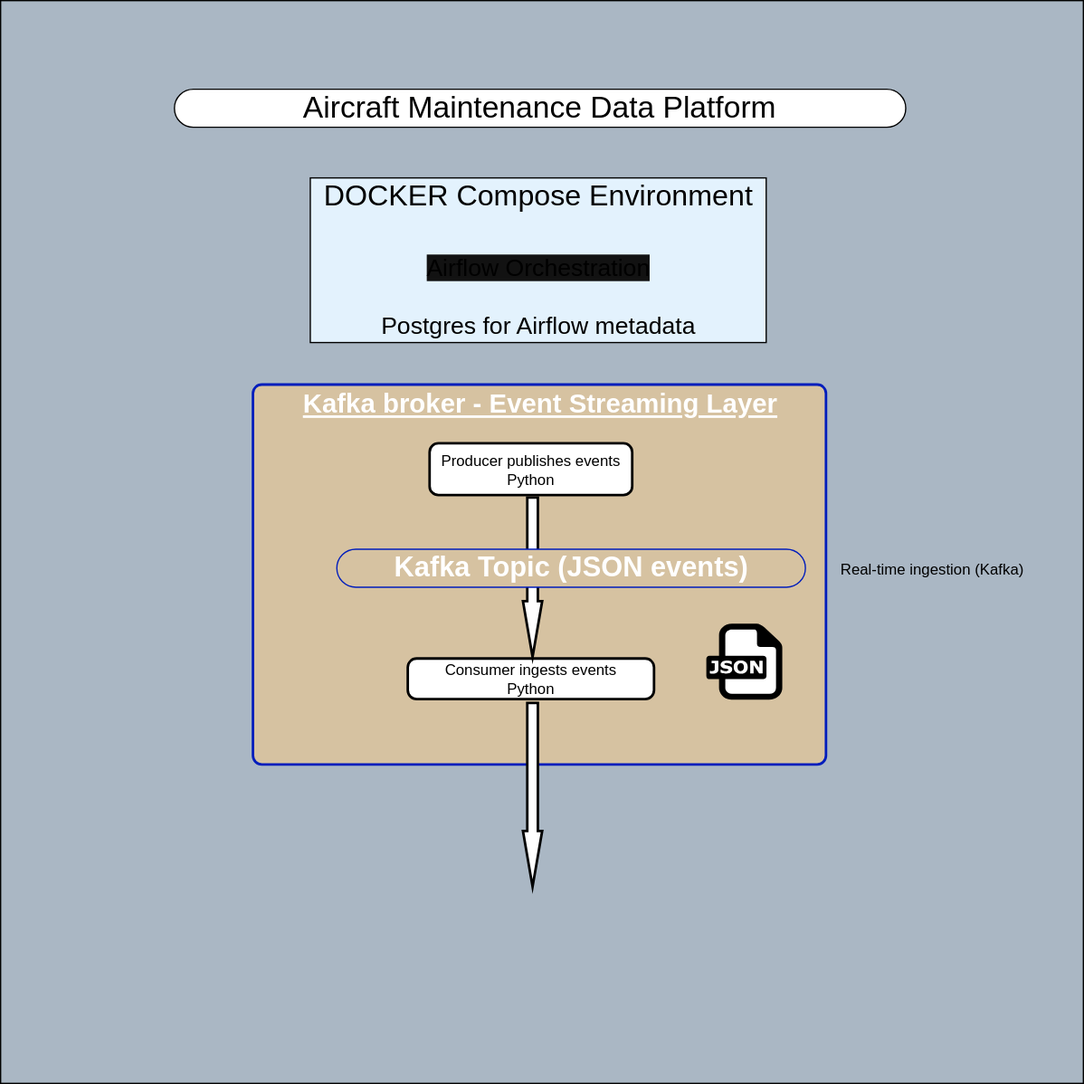
This is docs/images/architecture/aircraft_pipeline_architecture_page1.svg from sinclair00/airflow-kafka-aircraft-pipeline, a draw.io export, as it was before one commit. Source tidied: cells renumbered, new cells last; positions are measured from the earlier drawing's top-left corner, leaving out a move shared by most shapes. The source it was exported from:
```xml
<mxGraphModel>
  <root>
    <mxCell id="0" />
    <mxCell id="1" parent="0" />
    <mxCell id="2" style="whiteSpace=wrap;html=1;fillStyle=solid;fillColor=#AAB7C4;" parent="1" vertex="1">
      <mxGeometry width="855" height="855" as="geometry" />
    </mxCell>
    <mxCell id="3" value="&lt;div style=&quot;line-height: 130%;&quot;&gt;&lt;font style=&quot;font-size: 21px;&quot;&gt;&lt;b style=&quot;&quot;&gt;&lt;u style=&quot;&quot;&gt;Kafka broker - Event Streaming Layer&lt;/u&gt;&lt;/b&gt;&lt;/font&gt;&lt;/div&gt;" style="rounded=1;whiteSpace=wrap;html=1;absoluteArcSize=1;arcSize=14;strokeWidth=2;align=center;fillColor=light-dark(#D6C2A1,#D6C2A1);fontColor=#ffffff;strokeColor=light-dark(#001DBC,#B0BEC5);verticalAlign=top;" parent="1" vertex="1">
      <mxGeometry x="199.8" y="303.7" width="452.5" height="300" as="geometry" />
    </mxCell>
    <mxCell id="4" style="dashed=0;html=1;align=center;labelPosition=center;verticalLabelPosition=bottom;verticalAlign=top;shape=mxgraph.weblogos.json;" parent="1" vertex="1">
      <mxGeometry x="557.2" y="492" width="60" height="60" as="geometry" />
    </mxCell>
    <mxCell id="5" value="Producer publishes events&lt;div&gt;Python&lt;/div&gt;" style="rounded=1;whiteSpace=wrap;html=1;absoluteArcSize=1;arcSize=14;strokeWidth=2;" parent="1" vertex="1">
      <mxGeometry x="339.2" y="350" width="160" height="41" as="geometry" />
    </mxCell>
    <mxCell id="6" value="Consumer ingests events&lt;div&gt;Python&lt;/div&gt;" style="rounded=1;whiteSpace=wrap;html=1;absoluteArcSize=1;arcSize=14;strokeWidth=2;" parent="1" vertex="1">
      <mxGeometry x="322" y="520" width="194.5" height="32" as="geometry" />
    </mxCell>
    <mxCell id="7" style="verticalLabelPosition=bottom;verticalAlign=top;html=1;strokeWidth=2;shape=mxgraph.arrows2.arrow;dy=0.45;dx=44.01;notch=0;rotation=90;labelBackgroundColor=light-dark(#FFFFFF,#D5E8D4);fontSize=21;fillColor=light-dark(#FFFFFF,#A0AEC0);" parent="1" vertex="1">
      <mxGeometry x="348" y="620" width="145.1" height="15.2" as="geometry" />
    </mxCell>
    <mxCell id="8" value="&lt;font style=&quot;color: light-dark(rgb(0, 0, 0), rgb(0, 0, 0));&quot;&gt;DOCKER Compose Environment&lt;/font&gt;&lt;div&gt;&lt;font style=&quot;color: light-dark(rgb(0, 0, 0), rgb(0, 0, 0));&quot;&gt;&lt;br&gt;&lt;/font&gt;&lt;/div&gt;&lt;div&gt;&lt;span style=&quot;font-size: 19px; background-color: rgb(18, 18, 18);&quot;&gt;&lt;font style=&quot;color: light-dark(rgb(0, 0, 0), rgb(0, 0, 0));&quot;&gt;Airflow Orchestration&lt;/font&gt;&lt;/span&gt;&lt;div style=&quot;font-size: 19px;&quot;&gt;&lt;font style=&quot;color: light-dark(rgb(0, 0, 0), rgb(0, 0, 0));&quot;&gt;&lt;br&gt;&lt;/font&gt;&lt;/div&gt;&lt;div style=&quot;font-size: 19px;&quot;&gt;&lt;font style=&quot;color: light-dark(rgb(0, 0, 0), rgb(0, 0, 0));&quot;&gt;Postgres for Airflow metadata&lt;/font&gt;&lt;/div&gt;&lt;/div&gt;" style="html=1;dashed=0;whiteSpace=wrap;fontSize=23;fillColor=light-dark(#E3F2FD,#E3F2FD);strokeColor=light-dark(#000000,#000000);fillStyle=solid;fontColor=light-dark(#000000,#000000);" parent="1" vertex="1">
      <mxGeometry x="244.5" y="140" width="360" height="130" as="geometry" />
    </mxCell>
    <mxCell id="9" value="Aircraft Maintenance Data Platform" style="html=1;dashed=0;whiteSpace=wrap;shape=mxgraph.dfd.start;fontSize=24;strokeColor=light-dark(#000000,#000000);" parent="1" vertex="1">
      <mxGeometry x="137.2" y="70" width="577.5" height="30" as="geometry" />
    </mxCell>
    <mxCell id="10" value="Real-time ingestion (Kafka)" style="text;html=1;whiteSpace=wrap;strokeColor=none;fillColor=none;align=center;verticalAlign=middle;rounded=0;" parent="1" vertex="1">
      <mxGeometry x="651" y="435" width="170" height="30" as="geometry" />
    </mxCell>
    <mxCell id="11" style="verticalLabelPosition=bottom;verticalAlign=top;html=1;strokeWidth=2;shape=mxgraph.arrows2.arrow;dy=0.45;dx=44.01;notch=0;rotation=90;labelBackgroundColor=light-dark(#FFFFFF,#D5E8D4);fontSize=21;fillColor=light-dark(#FFFFFF,#A0AEC0);" parent="1" vertex="1">
      <mxGeometry x="357.7" y="448.2" width="125.8" height="15.2" as="geometry" />
    </mxCell>
    <mxCell id="12" value="Kafka Topic (JSON events)" style="html=1;dashed=0;whiteSpace=wrap;shape=mxgraph.dfd.start;fillColor=light-dark(#D6C2A1,#D6C2A1);fontColor=#ffffff;strokeColor=#001DBC;fontStyle=1;fontSize=22;" parent="1" vertex="1">
      <mxGeometry x="265.5" y="433.2" width="370" height="30" as="geometry" />
    </mxCell>
  </root>
</mxGraphModel>
```
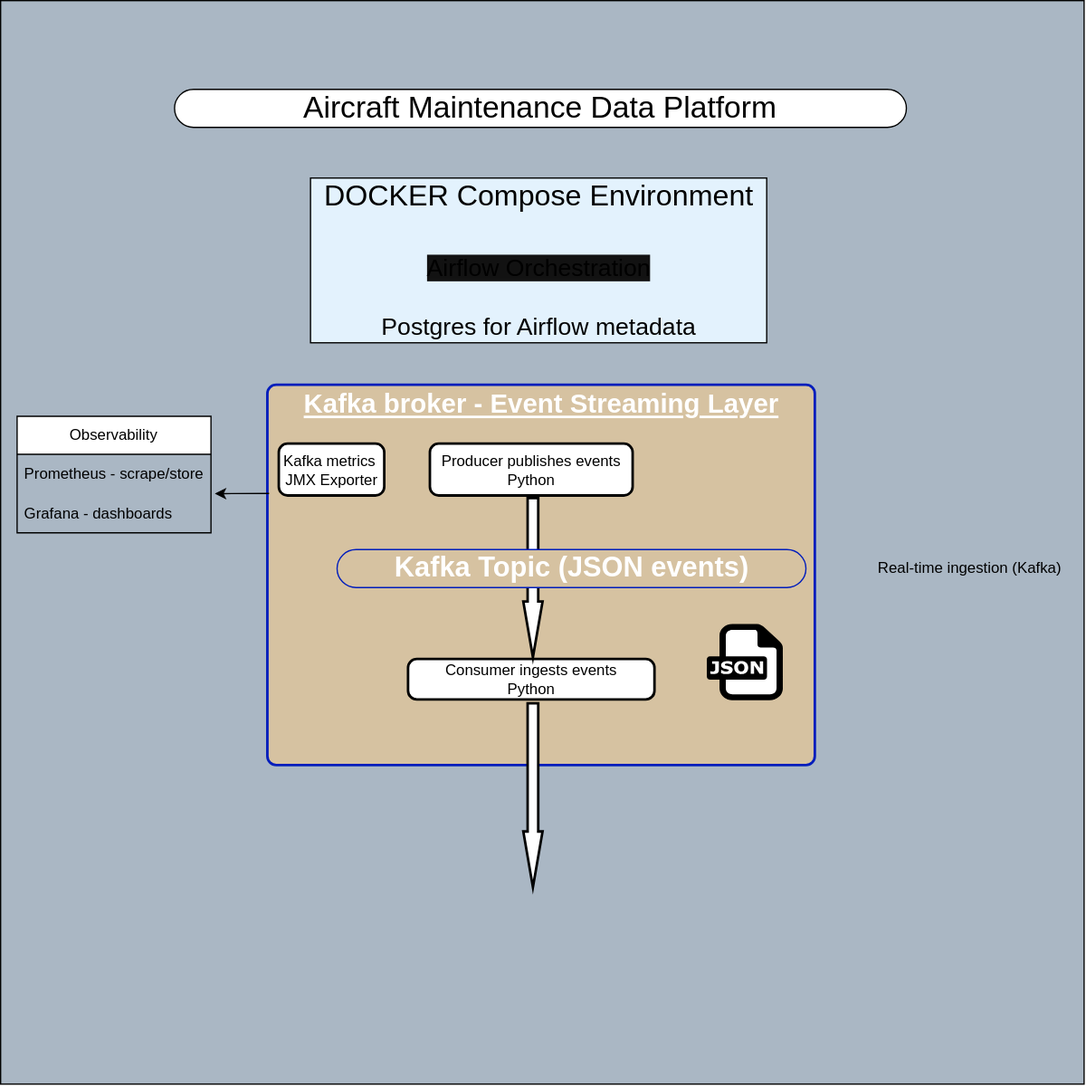
Above is the later version.

Commit message:
update architecture for observability

The edit, as a diff of the source:
```diff
@@ -6,7 +6,7 @@
       <mxGeometry width="855" height="855" as="geometry" />
     </mxCell>
     <mxCell id="3" value="&lt;div style=&quot;line-height: 130%;&quot;&gt;&lt;font style=&quot;font-size: 21px;&quot;&gt;&lt;b style=&quot;&quot;&gt;&lt;u style=&quot;&quot;&gt;Kafka broker - Event Streaming Layer&lt;/u&gt;&lt;/b&gt;&lt;/font&gt;&lt;/div&gt;" style="rounded=1;whiteSpace=wrap;html=1;absoluteArcSize=1;arcSize=14;strokeWidth=2;align=center;fillColor=light-dark(#D6C2A1,#D6C2A1);fontColor=#ffffff;strokeColor=light-dark(#001DBC,#B0BEC5);verticalAlign=top;" parent="1" vertex="1">
-      <mxGeometry x="199.8" y="303.7" width="452.5" height="300" as="geometry" />
+      <mxGeometry x="211" y="303.7" width="432" height="300" as="geometry" />
     </mxCell>
     <mxCell id="4" style="dashed=0;html=1;align=center;labelPosition=center;verticalLabelPosition=bottom;verticalAlign=top;shape=mxgraph.weblogos.json;" parent="1" vertex="1">
       <mxGeometry x="557.2" y="492" width="60" height="60" as="geometry" />
@@ -27,7 +27,7 @@
       <mxGeometry x="137.2" y="70" width="577.5" height="30" as="geometry" />
     </mxCell>
     <mxCell id="10" value="Real-time ingestion (Kafka)" style="text;html=1;whiteSpace=wrap;strokeColor=none;fillColor=none;align=center;verticalAlign=middle;rounded=0;" parent="1" vertex="1">
-      <mxGeometry x="651" y="435" width="170" height="30" as="geometry" />
+      <mxGeometry x="680" y="433.2" width="170" height="30" as="geometry" />
     </mxCell>
     <mxCell id="11" style="verticalLabelPosition=bottom;verticalAlign=top;html=1;strokeWidth=2;shape=mxgraph.arrows2.arrow;dy=0.45;dx=44.01;notch=0;rotation=90;labelBackgroundColor=light-dark(#FFFFFF,#D5E8D4);fontSize=21;fillColor=light-dark(#FFFFFF,#A0AEC0);" parent="1" vertex="1">
       <mxGeometry x="357.7" y="448.2" width="125.8" height="15.2" as="geometry" />
@@ -35,5 +35,20 @@
     <mxCell id="12" value="Kafka Topic (JSON events)" style="html=1;dashed=0;whiteSpace=wrap;shape=mxgraph.dfd.start;fillColor=light-dark(#D6C2A1,#D6C2A1);fontColor=#ffffff;strokeColor=#001DBC;fontStyle=1;fontSize=22;" parent="1" vertex="1">
       <mxGeometry x="265.5" y="433.2" width="370" height="30" as="geometry" />
     </mxCell>
+    <mxCell id="13" value="Kafka metrics&amp;nbsp; JMX Exporter" style="rounded=1;whiteSpace=wrap;html=1;absoluteArcSize=1;arcSize=14;strokeWidth=2;" parent="1" vertex="1">
+      <mxGeometry x="220" y="350" width="83.2" height="41" as="geometry" />
+    </mxCell>
+    <mxCell id="14" value="Observability" style="swimlane;fontStyle=0;horizontal=1;startSize=30;whiteSpace=wrap;html=1;" parent="1" vertex="1">
+      <mxGeometry x="13" y="328" width="153" height="92" as="geometry" />
+    </mxCell>
+    <mxCell id="15" value="Prometheus - scrape/store" style="text;strokeColor=none;fillColor=none;align=left;verticalAlign=middle;spacingLeft=4;spacingRight=4;overflow=hidden;whiteSpace=wrap;html=1;" parent="14" vertex="1">
+      <mxGeometry y="30" width="153" height="32" as="geometry" />
+    </mxCell>
+    <mxCell id="16" value="Grafana - dashboards" style="text;strokeColor=none;fillColor=none;align=left;verticalAlign=middle;spacingLeft=4;spacingRight=4;overflow=hidden;points=[[0,0.5],[1,0.5]];portConstraint=eastwest;whiteSpace=wrap;html=1;" parent="14" vertex="1">
+      <mxGeometry y="62" width="153" height="30" as="geometry" />
+    </mxCell>
+    <mxCell id="17" style="endArrow=classic;html=1;rounded=0;entryX=1.02;entryY=-0.031;entryDx=0;entryDy=0;entryPerimeter=0;exitX=0.002;exitY=0.284;exitDx=0;exitDy=0;exitPerimeter=0;" parent="1" edge="1" source="3" target="16">
+      <mxGeometry relative="1" as="geometry" />
+    </mxCell>
   </root>
 </mxGraphModel>
```
